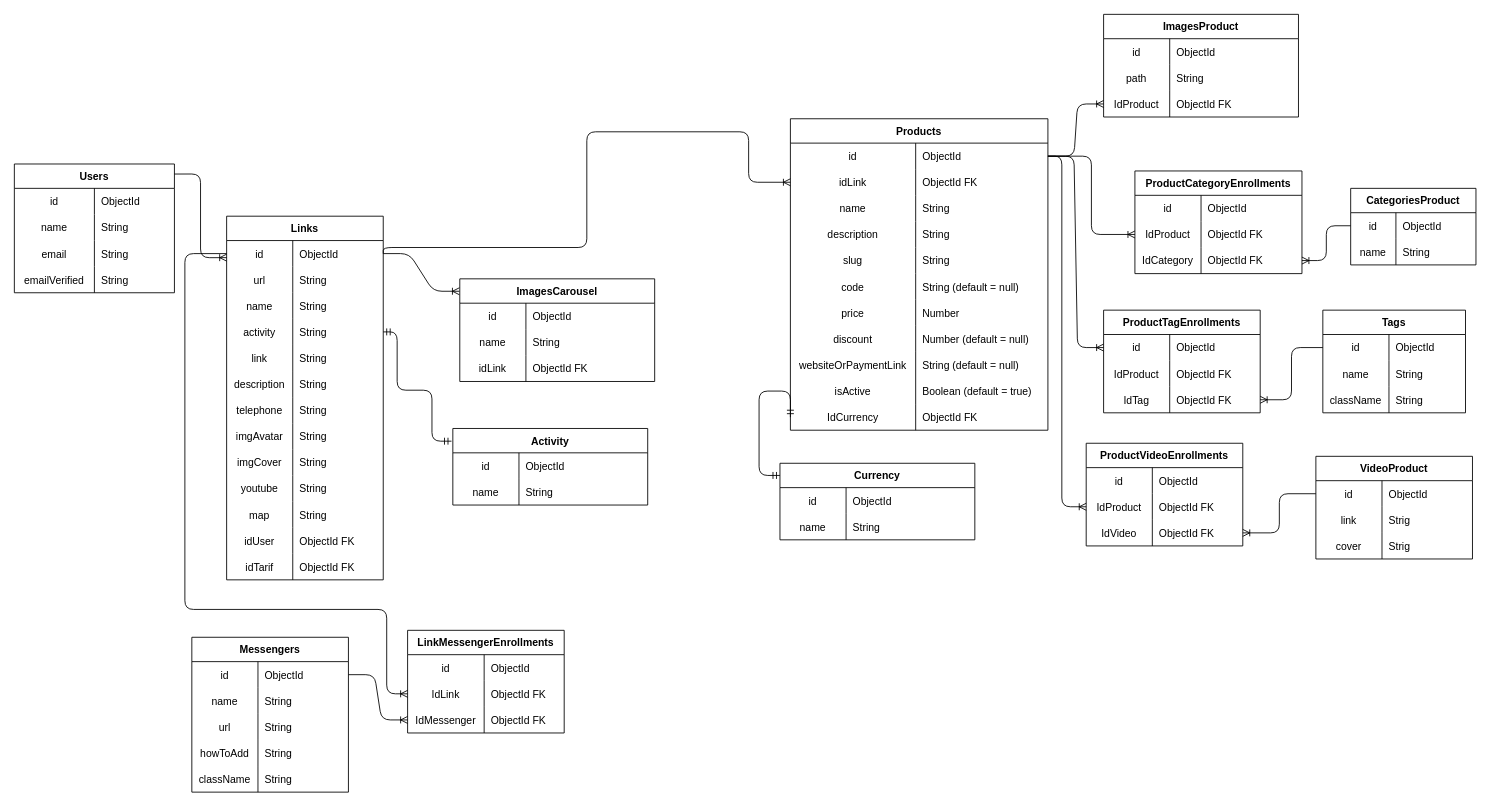
Earlier version of the draw.io diagram Untitled Diagram.drawio (frecautanigor/frecautanigor.github.io). Source tidied: cells renumbered, new cells numbered last; positions are measured from the earlier drawing's top-left corner, leaving out a move shared by most shapes. Both pictures are drawn from the tidied source at 87%, with x=0, y=0 at pixel (14, 14).
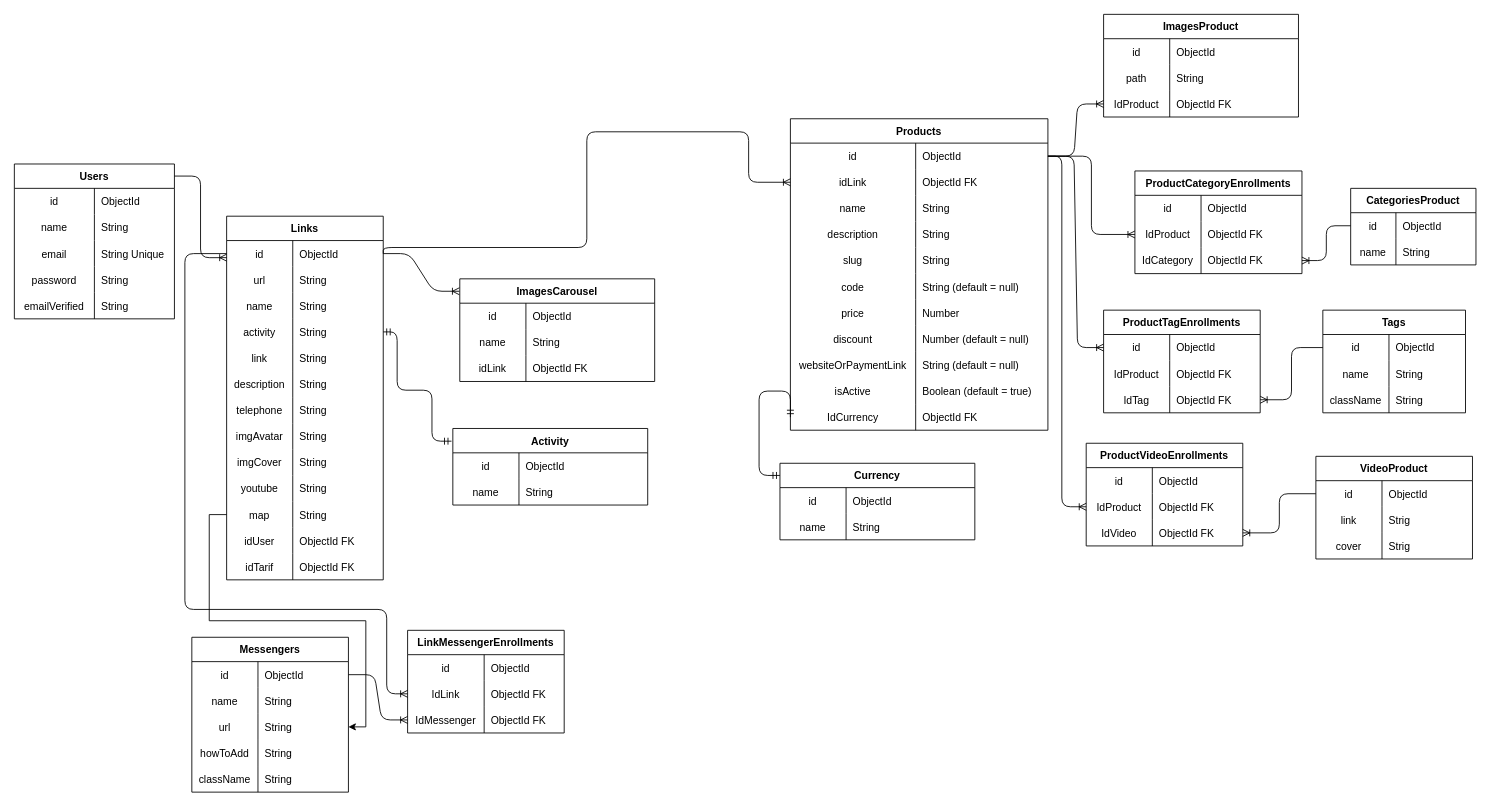
Above is the later version.

Unchanged cells that the change refers to:
```xml
<mxCell id="10" style="shape=partialRectangle;fillColor=none;top=0;left=0;bottom=0;right=0;" parent="3" vertex="1">
  <mxGeometry y="88" width="184" height="30" as="geometry" />
</mxCell>
<mxCell id="47" style="shape=partialRectangle;fillColor=none;top=0;left=0;bottom=0;right=0;points=[[0,0.5],[1,0.5]];portConstraint=eastwest;" parent="16" vertex="1">
  <mxGeometry y="328" width="180" height="30" as="geometry" />
</mxCell>
<mxCell id="177" style="shape=partialRectangle;fillColor=none;top=0;left=0;bottom=0;right=0;points=[[0,0.5],[1,0.5]];portConstraint=eastwest;" parent="170" vertex="1">
  <mxGeometry y="88" width="180" height="30" as="geometry" />
</mxCell>
```

What changed in the source:
```diff
@@
     <mxCell id="3" value="Users" style="shape=table;startSize=28;childLayout=tableLayout;rowLines=0;fontStyle=1;align=center;" parent="1" vertex="1">
-      <mxGeometry y="172" width="184" height="148" as="geometry" />
+      <mxGeometry y="172" width="184" height="178" as="geometry" />
     </mxCell>
@@
-    <mxCell id="12" value="String" style="shape=partialRectangle;fillColor=none;top=0;left=0;bottom=0;right=0;align=left;spacingLeft=6;overflow=hidden;" parent="10" vertex="1">
+    <mxCell id="12" value="String Unique" style="shape=partialRectangle;fillColor=none;top=0;left=0;bottom=0;right=0;align=left;spacingLeft=6;overflow=hidden;" parent="10" vertex="1">
       <mxGeometry x="92" width="92" height="30" as="geometry" />
     </mxCell>
+    <mxCell id="220" style="shape=partialRectangle;fillColor=none;top=0;left=0;bottom=0;right=0;" parent="3" vertex="1">
+      <mxGeometry y="118" width="184" height="30" as="geometry" />
+    </mxCell>
+    <mxCell id="221" value="password" style="shape=partialRectangle;fillColor=none;top=0;left=0;bottom=0;right=0;overflow=hidden;" parent="220" vertex="1">
+      <mxGeometry width="92" height="30" as="geometry" />
+    </mxCell>
+    <mxCell id="222" value="String" style="shape=partialRectangle;fillColor=none;top=0;left=0;bottom=0;right=0;align=left;spacingLeft=6;overflow=hidden;" parent="220" vertex="1">
+      <mxGeometry x="92" width="92" height="30" as="geometry" />
+    </mxCell>
     <mxCell id="13" style="shape=partialRectangle;fillColor=none;top=0;left=0;bottom=0;right=0;" parent="3" vertex="1">
-      <mxGeometry y="118" width="184" height="30" as="geometry" />
+      <mxGeometry y="148" width="184" height="30" as="geometry" />
     </mxCell>
@@
+    <mxCell id="223" style="edgeStyle=orthogonalEdgeStyle;rounded=0;jettySize=auto;html=1;" parent="1" edge="1" source="47" target="177">
+      <mxGeometry relative="1" as="geometry" />
+    </mxCell>
```
